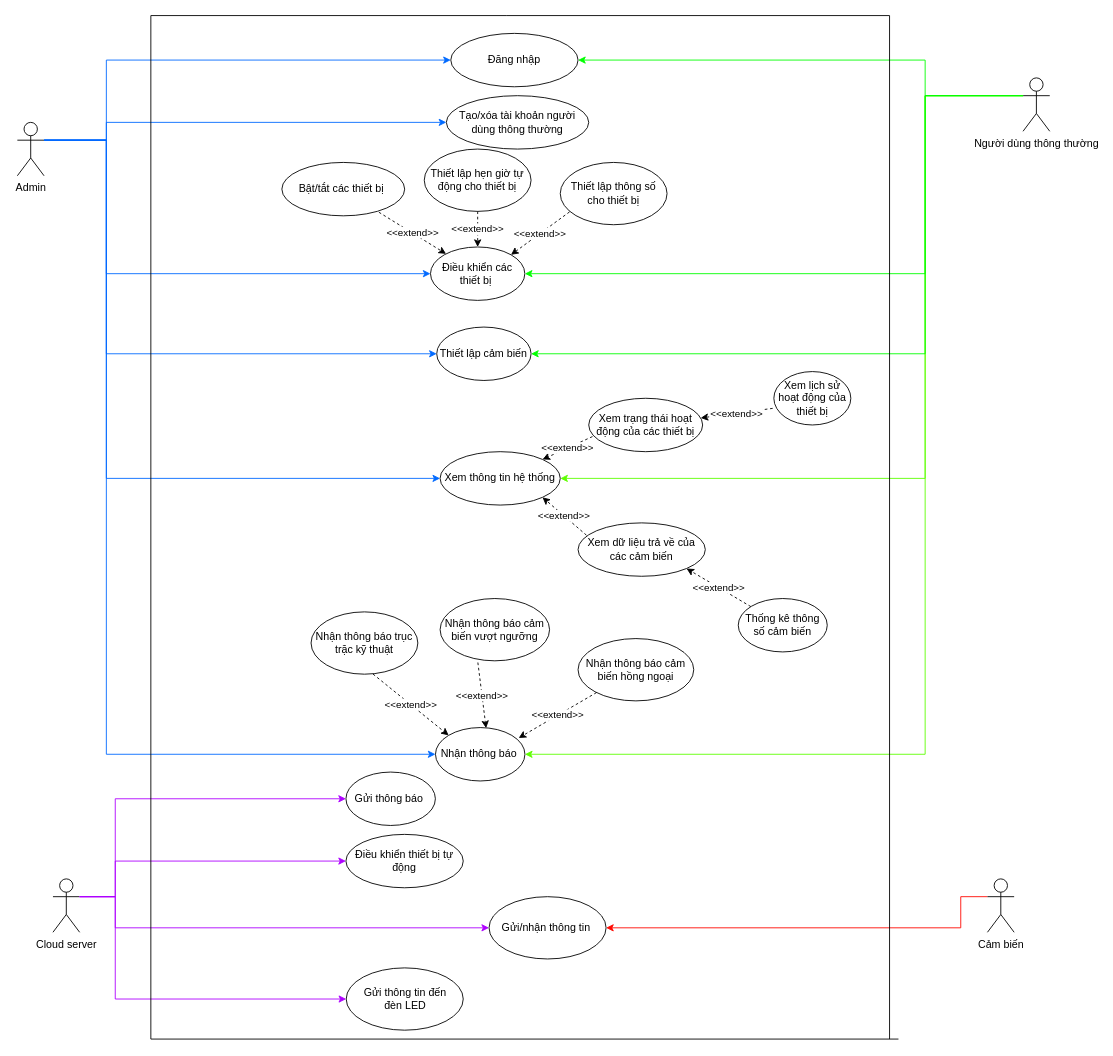
Before: Week 2/Use case diagram.drawio in astr0tas/Smart-Home-CNPM, a draw.io diagram. Source tidied: cells renumbered, new cells numbered last; positions are measured from the earlier drawing's top-left corner, leaving out a move shared by most shapes. Both pictures are drawn from the tidied source at 89%, with x=0, y=0 at pixel (17, 15).
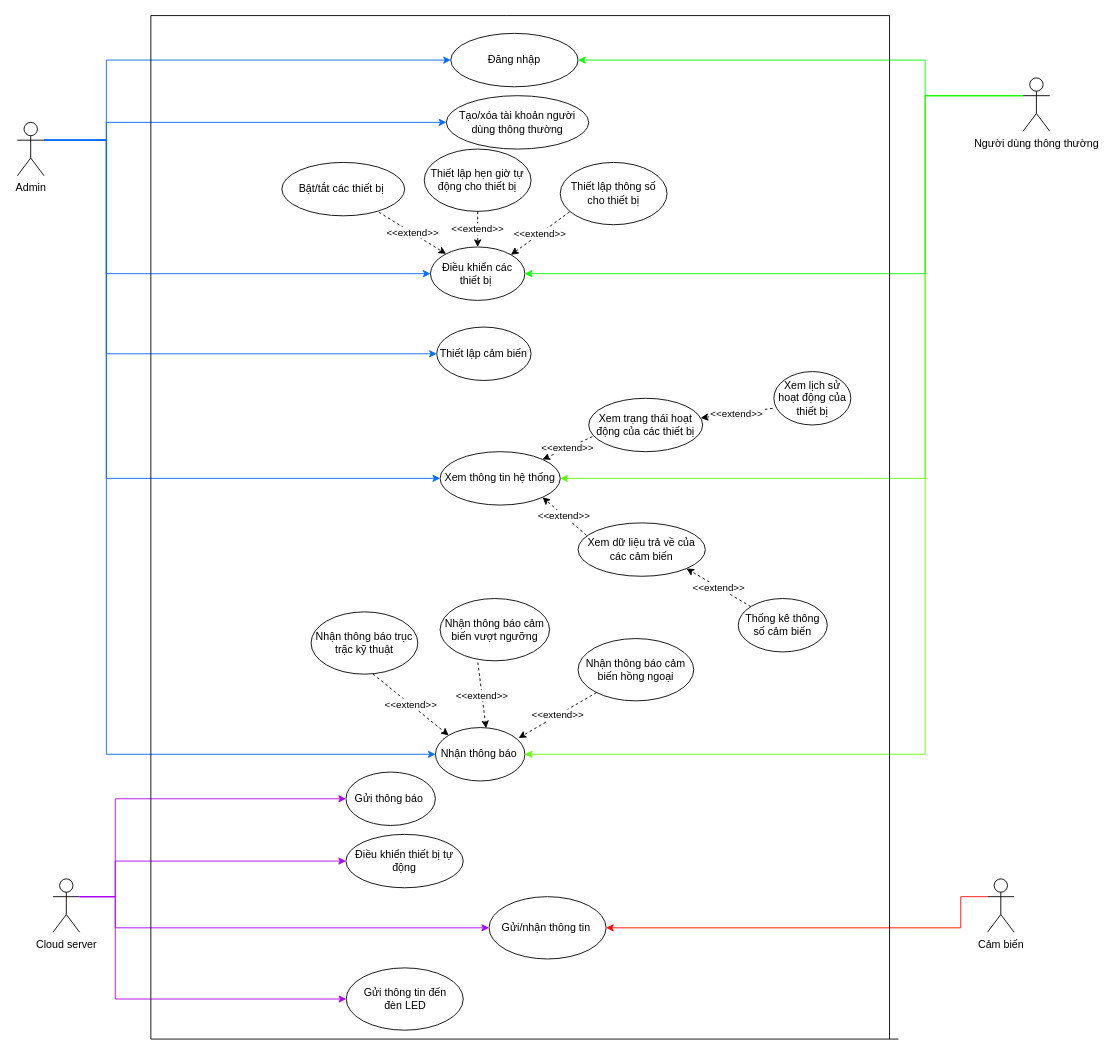
After the change.

Commit message:
Cập nhật Use case diagram.drawio

The change refers to these unchanged cells:
```xml
<mxCell id="12" value="Người dùng thông thường" style="shape=umlActor;verticalLabelPosition=bottom;verticalAlign=top;html=1;outlineConnect=0;" parent="1" vertex="1">
  <mxGeometry x="1130" y="70" width="30" height="60" as="geometry" />
</mxCell>
<mxCell id="46" value="Thiết lập cảm biến" style="ellipse;whiteSpace=wrap;html=1;" parent="1" vertex="1">
  <mxGeometry x="471.2" y="350" width="106" height="60" as="geometry" />
</mxCell>
```

The edit, as a diff of the source:
```diff
@@
-    <mxCell id="49" style="endArrow=classic;html=1;rounded=0;entryX=1;entryY=0.5;entryDx=0;entryDy=0;edgeStyle=orthogonalEdgeStyle;fillColor=#008a00;strokeColor=#00ff00;" parent="1" edge="1" source="12" target="46">
-      <mxGeometry relative="1" as="geometry">
-        <Array as="points">
-          <mxPoint x="1020" y="90" />
-          <mxPoint x="1020" y="380" />
-        </Array>
-      </mxGeometry>
-    </mxCell>
```
